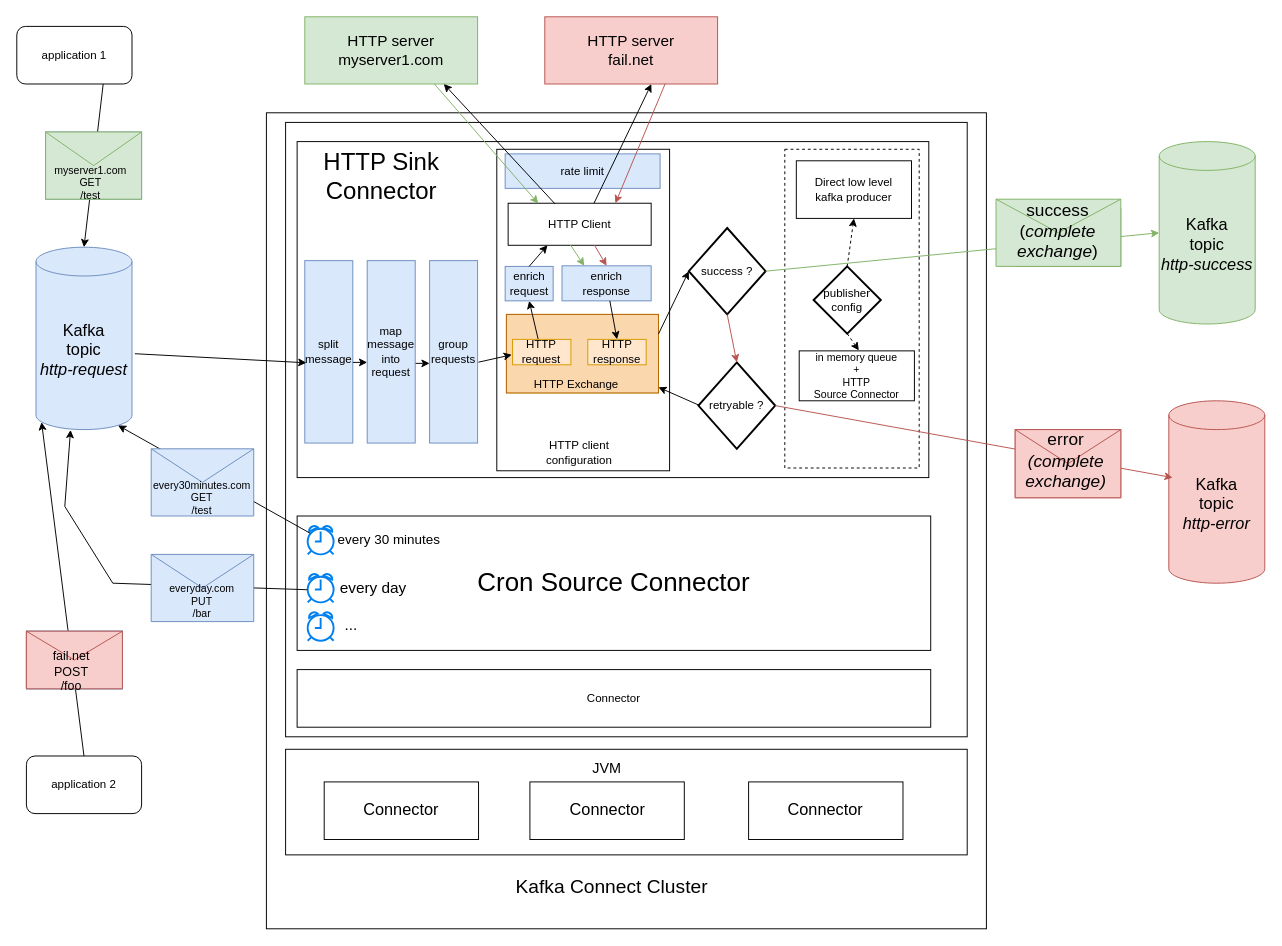
Before: docs/images/architecture_options_2.drawio in clescot/kafka-connect-http, a draw.io diagram. Source tidied: cells renumbered, new cells numbered last; positions are measured from the earlier drawing's top-left corner, leaving out a move shared by most shapes. Both pictures are drawn from the tidied source at 96%, with x=0, y=0 at pixel (16, 16).
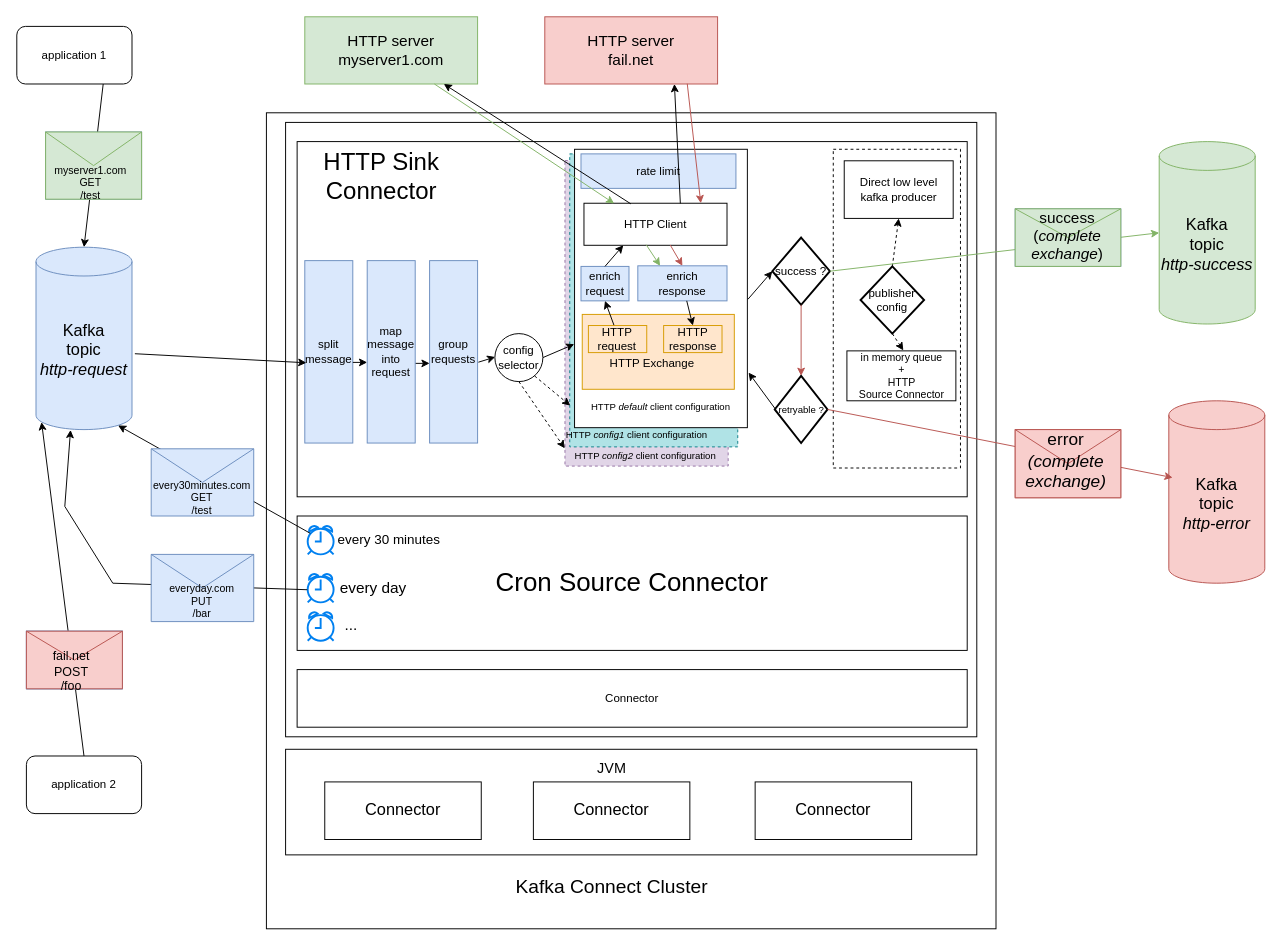
After the change.

Unchanged cells that the change refers to:
```xml
<mxCell id="81" style="group;fillColor=#dae8fc;strokeColor=#6c8ebf;" parent="1" vertex="1">
  <mxGeometry x="1040" y="200" width="110" height="60" as="geometry" />
</mxCell>
```

Diff of the diagram source:
```diff
@@
     <mxCell id="3" style="rounded=0;whiteSpace=wrap;html=1;" parent="1" vertex="1">
-      <mxGeometry x="260" y="100" width="750" height="850" as="geometry" />
+      <mxGeometry x="260" y="100" width="760" height="850" as="geometry" />
     </mxCell>
     <mxCell id="4" style="rounded=0;whiteSpace=wrap;html=1;" parent="1" vertex="1">
-      <mxGeometry x="280" y="110" width="710" height="640" as="geometry" />
+      <mxGeometry x="280" y="110" width="720" height="640" as="geometry" />
     </mxCell>
@@
     <mxCell id="14" style="rounded=0;whiteSpace=wrap;html=1;fontSize=17;" parent="1" vertex="1">
-      <mxGeometry x="292" y="130" width="658" height="350" as="geometry" />
+      <mxGeometry x="292" y="130" width="698" height="370" as="geometry" />
     </mxCell>
     <mxCell id="15" value="success ?" style="strokeWidth=2;html=1;shape=mxgraph.flowchart.decision;whiteSpace=wrap;" parent="1" vertex="1">
-      <mxGeometry x="700" y="220" width="80" height="90" as="geometry" />
+      <mxGeometry x="787" y="230" width="60" height="70" as="geometry" />
     </mxCell>
@@
     <mxCell id="19" value="Connector" style="rounded=0;whiteSpace=wrap;html=1;" parent="1" vertex="1">
-      <mxGeometry x="292" y="680" width="660" height="60" as="geometry" />
+      <mxGeometry x="292" y="680" width="698" height="60" as="geometry" />
     </mxCell>
@@
     <mxCell id="25" style="group;" parent="1" vertex="1">
-      <mxGeometry x="500" y="138" width="180" height="340" as="geometry" />
+      <mxGeometry x="533" y="138" width="228" height="347.2" as="geometry" />
     </mxCell>
+    <mxCell id="94" style="group;" parent="25" vertex="1">
+      <mxGeometry x="38" width="190" height="330" as="geometry" />
+    </mxCell>
+    <mxCell id="95" style="rounded=0;whiteSpace=wrap;html=1;dashed=1;fillColor=#e1d5e7;strokeColor=#9673a6;" parent="94" vertex="1">
+      <mxGeometry y="11.8" width="170" height="318.2" as="geometry" />
+    </mxCell>
+    <mxCell id="96" style="rounded=0;whiteSpace=wrap;html=1;dashed=1;fillColor=#b0e3e6;strokeColor=#0e8088;" parent="94" vertex="1">
+      <mxGeometry x="5" y="4.8" width="175" height="305.2" as="geometry" />
+    </mxCell>
-    <mxCell id="26" style="rounded=0;whiteSpace=wrap;html=1;" parent="25" vertex="1">
-      <mxGeometry width="180" height="334.9" as="geometry" />
+    <mxCell id="26" style="rounded=0;whiteSpace=wrap;html=1;" parent="94" vertex="1">
+      <mxGeometry x="10" width="180" height="290" as="geometry" />
     </mxCell>
-    <mxCell id="27" value="HTTP client&lt;div&gt;configuration&lt;/div&gt;" style="text;html=1;align=center;verticalAlign=middle;whiteSpace=wrap;rounded=0;" parent="25" vertex="1">
-      <mxGeometry x="26.3" y="289.2" width="120" height="52.9" as="geometry" />
+    <mxCell id="27" value="&lt;font style=&quot;font-size: 10px;&quot;&gt;HTTP &lt;i&gt;default&lt;/i&gt; client&amp;nbsp;&lt;span style=&quot;background-color: initial;&quot;&gt;configuration&lt;/span&gt;&lt;/font&gt;" style="text;html=1;align=center;verticalAlign=middle;whiteSpace=wrap;rounded=0;" parent="94" vertex="1">
+      <mxGeometry x="15" y="254" width="170" height="27.1" as="geometry" />
     </mxCell>
-    <mxCell id="28" value="rate limit" style="rounded=0;whiteSpace=wrap;html=1;fillColor=#dae8fc;strokeColor=#6c8ebf;" parent="25" vertex="1">
-      <mxGeometry x="8.7" y="4.8" width="161.4" height="35.9" as="geometry" />
+    <mxCell id="28" value="rate limit" style="rounded=0;whiteSpace=wrap;html=1;fillColor=#dae8fc;strokeColor=#6c8ebf;" parent="94" vertex="1">
+      <mxGeometry x="16.7" y="4.8" width="161.4" height="35.9" as="geometry" />
     </mxCell>
-    <mxCell id="29" value="HTTP Client" style="rounded=0;whiteSpace=wrap;html=1;" parent="25" vertex="1">
-      <mxGeometry x="11.8" y="56.2" width="149" height="43.8" as="geometry" />
+    <mxCell id="29" value="HTTP Client" style="rounded=0;whiteSpace=wrap;html=1;" parent="94" vertex="1">
+      <mxGeometry x="19.8" y="56.2" width="149" height="43.8" as="geometry" />
     </mxCell>
-    <mxCell id="30" style="group;fillColor=#ffe6cc;strokeColor=#d79b00;" parent="25" vertex="1">
-      <mxGeometry x="10" y="172" width="158.4" height="81.8" as="geometry" />
+    <mxCell id="30" style="group;fillColor=#ffe6cc;strokeColor=#d79b00;" parent="94" vertex="1">
+      <mxGeometry x="18" y="172" width="158.4" height="78" as="geometry" />
     </mxCell>
-    <mxCell id="31" style="rounded=0;whiteSpace=wrap;html=1;fillColor=#fad7ac;strokeColor=#b46504;" parent="30" vertex="1">
-      <mxGeometry width="158.4" height="81.8" as="geometry" />
-    </mxCell>
     <mxCell id="32" value="HTTP&lt;div&gt;request&lt;/div&gt;" style="rounded=0;whiteSpace=wrap;html=1;fillColor=#ffe6cc;strokeColor=#d79b00;" parent="30" vertex="1">
-      <mxGeometry x="6.4" y="26" width="60.8" height="26.5" as="geometry" />
+      <mxGeometry x="6.4" y="11.6" width="60.8" height="28.2" as="geometry" />
     </mxCell>
     <mxCell id="33" value="HTTP&amp;nbsp;&lt;span style=&quot;background-color: initial;&quot;&gt;Exchange&lt;/span&gt;" style="text;html=1;align=center;verticalAlign=middle;whiteSpace=wrap;rounded=0;" parent="30" vertex="1">
-      <mxGeometry x="9.3" y="64.8" width="127.7" height="17" as="geometry" />
+      <mxGeometry x="9.3" y="47.2" width="127.7" height="7.6" as="geometry" />
     </mxCell>
     <mxCell id="34" value="HTTP&lt;div&gt;response&lt;/div&gt;" style="rounded=0;whiteSpace=wrap;html=1;fillColor=#ffe6cc;strokeColor=#d79b00;" parent="30" vertex="1">
-      <mxGeometry x="84.8" y="26" width="60.8" height="26.5" as="geometry" />
+      <mxGeometry x="84.8" y="11.6" width="60.8" height="28.2" as="geometry" />
     </mxCell>
+    <mxCell id="38" value="enrich&lt;div&gt;request&lt;/div&gt;" style="rounded=0;whiteSpace=wrap;html=1;fillColor=#dae8fc;strokeColor=#6c8ebf;" parent="94" vertex="1">
+      <mxGeometry x="16.7" y="122" width="50" height="35.9" as="geometry" />
+    </mxCell>
+    <mxCell id="40" value="enrich&lt;div&gt;response&lt;/div&gt;" style="rounded=0;whiteSpace=wrap;html=1;fillColor=#dae8fc;strokeColor=#6c8ebf;" parent="94" vertex="1">
+      <mxGeometry x="75.9" y="121.4" width="92.9" height="36.5" as="geometry" />
+    </mxCell>
-    <mxCell id="35" style="endArrow=classic;html=1;rounded=0;fillColor=#d5e8d4;strokeColor=#000000;exitX=0.438;exitY=-0.015;exitDx=0;exitDy=0;exitPerimeter=0;entryX=0.5;entryY=1;entryDx=0;entryDy=0;" parent="25" edge="1" source="32" target="38">
+    <mxCell id="35" style="endArrow=classic;html=1;rounded=0;fillColor=#d5e8d4;strokeColor=#000000;exitX=0.438;exitY=-0.015;exitDx=0;exitDy=0;exitPerimeter=0;entryX=0.5;entryY=1;entryDx=0;entryDy=0;" parent="94" edge="1" source="32" target="38">
       <mxGeometry relative="1" as="geometry" />
     </mxCell>
+    <mxCell id="39" style="endArrow=classic;html=1;rounded=0;fillColor=#d5e8d4;strokeColor=#000000;exitX=0.5;exitY=0;exitDx=0;exitDy=0;entryX=0.275;entryY=0.999;entryDx=0;entryDy=0;entryPerimeter=0;" parent="94" edge="1" source="38" target="29">
+      <mxGeometry relative="1" as="geometry" />
+    </mxCell>
+    <mxCell id="41" style="endArrow=classic;html=1;rounded=0;fillColor=#d5e8d4;strokeColor=#000000;entryX=0.5;entryY=0;entryDx=0;entryDy=0;" parent="94" edge="1" source="40" target="34">
+      <mxGeometry relative="1" as="geometry" />
+    </mxCell>
+    <mxCell id="37" style="endArrow=classic;html=1;rounded=0;fillColor=#f8cecc;strokeColor=#b85450;exitX=0.603;exitY=0.993;exitDx=0;exitDy=0;entryX=0.5;entryY=0;entryDx=0;entryDy=0;exitPerimeter=0;" parent="94" edge="1" source="29" target="40">
+      <mxGeometry relative="1" as="geometry" />
+    </mxCell>
-    <mxCell id="36" style="endArrow=classic;html=1;rounded=0;fillColor=#d5e8d4;strokeColor=#82b366;exitX=0.435;exitY=0.987;exitDx=0;exitDy=0;entryX=0.25;entryY=0;entryDx=0;entryDy=0;exitPerimeter=0;" parent="25" edge="1" source="29" target="40">
+    <mxCell id="36" style="endArrow=classic;html=1;rounded=0;fillColor=#d5e8d4;strokeColor=#82b366;exitX=0.435;exitY=0.987;exitDx=0;exitDy=0;entryX=0.25;entryY=0;entryDx=0;entryDy=0;exitPerimeter=0;" parent="94" edge="1" source="29" target="40">
       <mxGeometry relative="1" as="geometry" />
     </mxCell>
-    <mxCell id="37" style="endArrow=classic;html=1;rounded=0;fillColor=#f8cecc;strokeColor=#b85450;exitX=0.603;exitY=0.993;exitDx=0;exitDy=0;entryX=0.5;entryY=0;entryDx=0;entryDy=0;exitPerimeter=0;" parent="25" edge="1" source="29" target="40">
-      <mxGeometry relative="1" as="geometry" />
-    </mxCell>
-    <mxCell id="38" value="enrich&lt;div&gt;request&lt;/div&gt;" style="rounded=0;whiteSpace=wrap;html=1;fillColor=#dae8fc;strokeColor=#6c8ebf;" parent="25" vertex="1">
-      <mxGeometry x="8.7" y="122" width="50" height="35.9" as="geometry" />
-    </mxCell>
-    <mxCell id="39" style="endArrow=classic;html=1;rounded=0;fillColor=#d5e8d4;strokeColor=#000000;exitX=0.5;exitY=0;exitDx=0;exitDy=0;entryX=0.275;entryY=0.999;entryDx=0;entryDy=0;entryPerimeter=0;" parent="25" edge="1" source="38" target="29">
-      <mxGeometry relative="1" as="geometry" />
-    </mxCell>
-    <mxCell id="40" value="enrich&lt;div&gt;response&lt;/div&gt;" style="rounded=0;whiteSpace=wrap;html=1;fillColor=#dae8fc;strokeColor=#6c8ebf;" parent="25" vertex="1">
-      <mxGeometry x="67.9" y="121.4" width="92.9" height="36.5" as="geometry" />
-    </mxCell>
-    <mxCell id="41" style="endArrow=classic;html=1;rounded=0;fillColor=#d5e8d4;strokeColor=#000000;entryX=0.5;entryY=0;entryDx=0;entryDy=0;" parent="25" edge="1" source="40" target="34">
-      <mxGeometry relative="1" as="geometry" />
-    </mxCell>
+    <mxCell id="97" value="&lt;font style=&quot;font-size: 10px;&quot;&gt;HTTP &lt;i&gt;config2&lt;/i&gt; client&amp;nbsp;&lt;span style=&quot;background-color: initial;&quot;&gt;configuration&lt;/span&gt;&lt;/font&gt;" style="text;html=1;align=center;verticalAlign=middle;whiteSpace=wrap;rounded=0;" parent="94" vertex="1">
+      <mxGeometry x="-1" y="314" width="170" height="10" as="geometry" />
+    </mxCell>
@@
     <mxCell id="44" style="group;" parent="1" vertex="1">
-      <mxGeometry x="280" y="763" width="710" height="110" as="geometry" />
+      <mxGeometry x="280" y="763" width="720" height="110" as="geometry" />
     </mxCell>
     <mxCell id="45" style="rounded=0;whiteSpace=wrap;html=1;" parent="44" vertex="1">
-      <mxGeometry width="710" height="110" as="geometry" />
+      <mxGeometry width="720" height="110" as="geometry" />
     </mxCell>
     <mxCell id="46" value="JVM" style="text;html=1;align=center;verticalAlign=middle;whiteSpace=wrap;rounded=0;fontSize=15;" parent="44" vertex="1">
-      <mxGeometry x="294.7" y="4" width="80.4" height="30" as="geometry" />
+      <mxGeometry x="298.9" y="4" width="81.5" height="30" as="geometry" />
     </mxCell>
     <mxCell id="47" value="Connector" style="rounded=0;whiteSpace=wrap;html=1;fontSize=17;" parent="44" vertex="1">
-      <mxGeometry x="40.2" y="34" width="160.8" height="60" as="geometry" />
+      <mxGeometry x="40.8" y="34" width="163" height="60" as="geometry" />
     </mxCell>
     <mxCell id="48" value="Connector" style="rounded=0;whiteSpace=wrap;html=1;fontSize=17;" parent="44" vertex="1">
-      <mxGeometry x="254.5" y="34" width="160.8" height="60" as="geometry" />
+      <mxGeometry x="258.1" y="34" width="163" height="60" as="geometry" />
     </mxCell>
     <mxCell id="49" value="Connector" style="rounded=0;whiteSpace=wrap;html=1;fontSize=17;" parent="44" vertex="1">
-      <mxGeometry x="482.3" y="34" width="160.8" height="60" as="geometry" />
+      <mxGeometry x="489.1" y="34" width="163" height="60" as="geometry" />
     </mxCell>
@@
-    <mxCell id="52" style="endArrow=classic;html=1;rounded=0;fillColor=#d5e8d4;strokeColor=#000000;exitX=0.6;exitY=0.003;exitDx=0;exitDy=0;entryX=0.5;entryY=1;entryDx=0;entryDy=0;exitPerimeter=0;" parent="1" edge="1" source="29">
+    <mxCell id="52" style="endArrow=classic;html=1;rounded=0;fillColor=#d5e8d4;strokeColor=#000000;exitX=0.6;exitY=0.003;exitDx=0;exitDy=0;entryX=0.5;entryY=1;entryDx=0;entryDy=0;exitPerimeter=0;" parent="1" edge="1">
       <mxGeometry relative="1" as="geometry">
-        <mxPoint x="661" y="70" as="targetPoint" />
+        <mxPoint x="691.2" y="194.4" as="sourcePoint" />
+        <mxPoint x="685" y="70" as="targetPoint" />
       </mxGeometry>
     </mxCell>
-    <mxCell id="53" style="endArrow=classic;html=1;rounded=0;fillColor=#f8cecc;strokeColor=#b85450;exitX=0.58;exitY=0.995;exitDx=0;exitDy=0;entryX=0.75;entryY=0;entryDx=0;entryDy=0;exitPerimeter=0;" parent="1" edge="1" target="29">
+    <mxCell id="53" style="endArrow=classic;html=1;rounded=0;fillColor=#f8cecc;strokeColor=#b85450;exitX=0.58;exitY=0.995;exitDx=0;exitDy=0;entryX=0.75;entryY=0;entryDx=0;entryDy=0;exitPerimeter=0;" parent="1" edge="1">
       <mxGeometry relative="1" as="geometry">
-        <mxPoint x="675.4" y="69.7" as="sourcePoint" />
+        <mxPoint x="698.4" y="69.7" as="sourcePoint" />
+        <mxPoint x="712.5" y="194.2" as="targetPoint" />
       </mxGeometry>
     </mxCell>
-    <mxCell id="54" value="retryable ?" style="strokeWidth=2;html=1;shape=mxgraph.flowchart.decision;whiteSpace=wrap;" parent="1" vertex="1">
-      <mxGeometry x="710" y="360" width="80" height="90" as="geometry" />
+    <mxCell id="54" value="&lt;font style=&quot;font-size: 10px;&quot;&gt;retryable ?&lt;/font&gt;" style="strokeWidth=2;html=1;shape=mxgraph.flowchart.decision;whiteSpace=wrap;" parent="1" vertex="1">
+      <mxGeometry x="789.5" y="374" width="55" height="70" as="geometry" />
     </mxCell>
@@
     <mxCell id="58" style="group;" parent="1" vertex="1">
-      <mxGeometry x="810" y="138" width="130" height="332" as="geometry" />
+      <mxGeometry x="860" y="138" width="123" height="332" as="geometry" />
     </mxCell>
     <mxCell id="59" style="rounded=0;whiteSpace=wrap;html=1;dashed=1;" parent="58" vertex="1">
-      <mxGeometry x="-10" width="140" height="332" as="geometry" />
+      <mxGeometry x="-9.5" width="132.5" height="332" as="geometry" />
     </mxCell>
     <mxCell id="60" value="publisher&lt;div&gt;config&lt;/div&gt;" style="strokeWidth=2;html=1;shape=mxgraph.flowchart.decision;whiteSpace=wrap;" parent="58" vertex="1">
-      <mxGeometry x="20" y="122" width="70" height="70" as="geometry" />
+      <mxGeometry x="18.9" y="122" width="66.2" height="70" as="geometry" />
     </mxCell>
     <mxCell id="61" value="Direct low level&lt;div&gt;kafka producer&lt;/div&gt;" style="rounded=0;whiteSpace=wrap;html=1;" parent="58" vertex="1">
-      <mxGeometry x="2" y="12" width="120" height="60" as="geometry" />
+      <mxGeometry x="1.9" y="12" width="113.5" height="60" as="geometry" />
     </mxCell>
@@
     <mxCell id="64" value="&lt;font style=&quot;font-size: 11px;&quot;&gt;in memory queue&lt;/font&gt;&lt;div style=&quot;font-size: 11px;&quot;&gt;&lt;font style=&quot;font-size: 11px;&quot;&gt;+&lt;/font&gt;&lt;/div&gt;&lt;div style=&quot;font-size: 11px;&quot;&gt;&lt;font style=&quot;font-size: 11px;&quot;&gt;HTTP&lt;/font&gt;&lt;/div&gt;&lt;div style=&quot;font-size: 11px;&quot;&gt;&lt;font style=&quot;font-size: 11px;&quot;&gt;Source Connector&lt;/font&gt;&lt;/div&gt;" style="rounded=0;whiteSpace=wrap;html=1;" parent="58" vertex="1">
-      <mxGeometry x="5" y="210" width="120" height="52" as="geometry" />
+      <mxGeometry x="4.7" y="210" width="113.5" height="52" as="geometry" />
     </mxCell>
-    <mxCell id="65" style="endArrow=classic;html=1;rounded=0;fillColor=#d5e8d4;strokeColor=#000000;exitX=1.015;exitY=0.583;exitDx=0;exitDy=0;exitPerimeter=0;entryX=-0.013;entryY=0.605;entryDx=0;entryDy=0;entryPerimeter=0;" parent="1" edge="1" target="32">
-      <mxGeometry relative="1" as="geometry">
-        <mxPoint x="480.8" y="359.8" as="sourcePoint" />
-      </mxGeometry>
+    <mxCell id="65" style="endArrow=classic;html=1;rounded=0;fillColor=#d5e8d4;strokeColor=#000000;exitX=1;exitY=0.5;exitDx=0;exitDy=0;entryX=-0.002;entryY=0.7;entryDx=0;entryDy=0;entryPerimeter=0;" parent="1" edge="1" source="100" target="26">
+      <mxGeometry relative="1" as="geometry" />
     </mxCell>
-    <mxCell id="66" style="endArrow=classic;html=1;rounded=0;fillColor=#d5e8d4;strokeColor=#000000;exitX=1;exitY=0.25;exitDx=0;exitDy=0;entryX=0;entryY=0.5;entryDx=0;entryDy=0;entryPerimeter=0;" parent="1" edge="1" source="31" target="15">
+    <mxCell id="66" style="endArrow=classic;html=1;rounded=0;fillColor=#d5e8d4;strokeColor=#000000;entryX=0;entryY=0.5;entryDx=0;entryDy=0;entryPerimeter=0;exitX=1.003;exitY=0.539;exitDx=0;exitDy=0;exitPerimeter=0;" parent="1" edge="1" source="26" target="15">
       <mxGeometry relative="1" as="geometry" />
     </mxCell>
-    <mxCell id="67" style="endArrow=classic;html=1;rounded=0;fillColor=#d5e8d4;strokeColor=#000000;exitX=0.017;exitY=0.499;exitDx=0;exitDy=0;exitPerimeter=0;" parent="1" edge="1" source="54" target="31">
+    <mxCell id="67" style="endArrow=classic;html=1;rounded=0;fillColor=#d5e8d4;strokeColor=#000000;exitX=0.017;exitY=0.499;exitDx=0;exitDy=0;exitPerimeter=0;entryX=1.007;entryY=0.802;entryDx=0;entryDy=0;entryPerimeter=0;" parent="1" edge="1" source="54" target="26">
       <mxGeometry relative="1" as="geometry" />
     </mxCell>
@@
     <mxCell id="74" value="&lt;font style=&quot;font-size: 27px;&quot;&gt;Cron Source Connector&lt;/font&gt;" style="rounded=0;whiteSpace=wrap;html=1;" parent="1" vertex="1">
-      <mxGeometry x="292" y="520" width="660" height="140" as="geometry" />
+      <mxGeometry x="292" y="520" width="698" height="140" as="geometry" />
     </mxCell>
@@
     <mxCell id="82" style="shape=message;html=1;html=1;labelPosition=center;verticalLabelPosition=bottom;align=center;verticalAlign=top;fillColor=#d5e8d4;strokeColor=#82b366;" parent="81" vertex="1">
-      <mxGeometry x="-20" y="-10" width="130" height="70" as="geometry" />
+      <mxGeometry width="110" height="60" as="geometry" />
     </mxCell>
-    <mxCell id="83" value="&lt;div style=&quot;font-size: 18px;&quot;&gt;success&lt;/div&gt;&lt;div style=&quot;font-size: 18px;&quot;&gt;&lt;span style=&quot;background-color: initial;&quot;&gt;(&lt;i&gt;complete&lt;/i&gt;&lt;/span&gt;&lt;i&gt;&lt;br&gt;&lt;/i&gt;&lt;/div&gt;&lt;div style=&quot;font-size: 18px;&quot;&gt;&lt;div style=&quot;font-size: 12px;&quot;&gt;&lt;span style=&quot;font-size: 18px;&quot;&gt;&lt;i&gt;exchange&lt;/i&gt;)&lt;/span&gt;&lt;/div&gt;&lt;/div&gt;" style="text;html=1;align=center;verticalAlign=middle;whiteSpace=wrap;rounded=0;" parent="81" vertex="1">
-      <mxGeometry x="11.2" y="15.2" width="67.4" height="18" as="geometry" />
+    <mxCell id="83" value="&lt;div style=&quot;font-size: 16px;&quot;&gt;&lt;font style=&quot;font-size: 16px;&quot;&gt;success&lt;/font&gt;&lt;/div&gt;&lt;div style=&quot;font-size: 16px;&quot;&gt;&lt;font style=&quot;font-size: 16px;&quot;&gt;&lt;span style=&quot;background-color: initial;&quot;&gt;(&lt;i&gt;complete&lt;/i&gt;&lt;/span&gt;&lt;i&gt;&lt;br&gt;&lt;/i&gt;&lt;/font&gt;&lt;/div&gt;&lt;div style=&quot;font-size: 16px;&quot;&gt;&lt;div style=&quot;&quot;&gt;&lt;font style=&quot;font-size: 16px;&quot;&gt;&lt;i style=&quot;&quot;&gt;exchange&lt;/i&gt;)&lt;/font&gt;&lt;/div&gt;&lt;/div&gt;" style="text;html=1;align=center;verticalAlign=middle;whiteSpace=wrap;rounded=0;" parent="81" vertex="1">
+      <mxGeometry x="21.2" y="19.2" width="67.4" height="18" as="geometry" />
     </mxCell>
@@
+    <mxCell id="98" value="&lt;font style=&quot;font-size: 10px;&quot;&gt;HTTP &lt;i&gt;config1&lt;/i&gt; client&amp;nbsp;&lt;span style=&quot;background-color: initial;&quot;&gt;configuration&lt;/span&gt;&lt;/font&gt;" style="text;html=1;align=center;verticalAlign=middle;whiteSpace=wrap;rounded=0;" parent="1" vertex="1">
+      <mxGeometry x="561" y="430" width="170" height="10" as="geometry" />
+    </mxCell>
+    <mxCell id="99" style="endArrow=classic;html=1;rounded=0;fillColor=#d5e8d4;strokeColor=#000000;exitX=1.015;exitY=0.583;exitDx=0;exitDy=0;exitPerimeter=0;entryX=0.007;entryY=0.488;entryDx=0;entryDy=0;entryPerimeter=0;" parent="1" edge="1" target="100">
+      <mxGeometry relative="1" as="geometry">
+        <mxPoint x="480.8" y="359.8" as="sourcePoint" />
+      </mxGeometry>
+    </mxCell>
+    <mxCell id="100" value="config&lt;div&gt;selector&lt;/div&gt;" style="ellipse;whiteSpace=wrap;html=1;" parent="1" vertex="1">
+      <mxGeometry x="498" y="330" width="50" height="50" as="geometry" />
+    </mxCell>
+    <mxCell id="101" style="endArrow=classic;html=1;rounded=0;fillColor=#d5e8d4;strokeColor=#000000;exitX=0.827;exitY=0.882;exitDx=0;exitDy=0;entryX=0.003;entryY=0.859;entryDx=0;entryDy=0;entryPerimeter=0;exitPerimeter=0;dashed=1;" parent="1" edge="1" source="100" target="96">
+      <mxGeometry relative="1" as="geometry" />
+    </mxCell>
+    <mxCell id="102" style="endArrow=classic;html=1;rounded=0;fillColor=#d5e8d4;strokeColor=#000000;exitX=0.5;exitY=1;exitDx=0;exitDy=0;entryX=-0.001;entryY=0.942;entryDx=0;entryDy=0;entryPerimeter=0;dashed=1;" parent="1" edge="1" source="100" target="95">
+      <mxGeometry relative="1" as="geometry" />
+    </mxCell>
```
